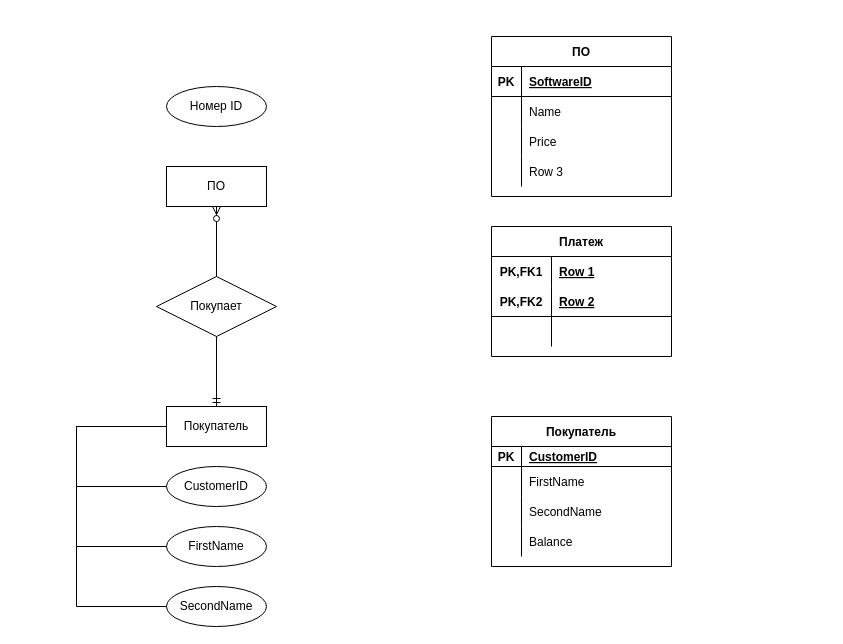
NikitaGusevZ/FirstRepository keeps this draw.io diagram as ER_Diagr.drawio. Above is the earlier version. Source tidied: cells renumbered, new cells numbered last; positions are measured from the earlier drawing's top-left corner, leaving out a move shared by most shapes. Both pictures are drawn from the tidied source at 100%, with x=0, y=0 at pixel (76, 36).
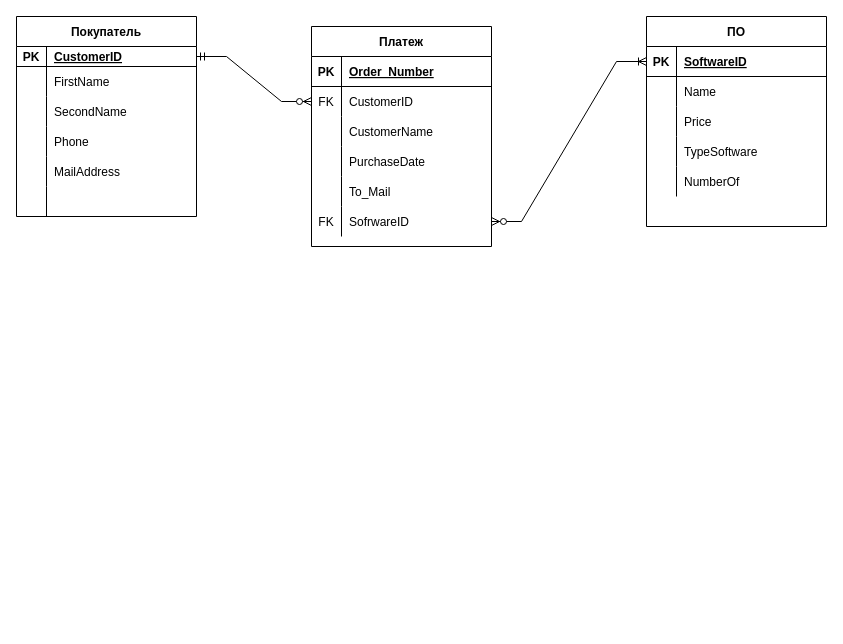
The same diagram, later.

Unchanged cells that the change refers to:
```xml
<mxCell id="8" style="shape=partialRectangle;fillColor=none;top=0;left=0;bottom=1;right=0;points=[[0,0.5],[1,0.5]];portConstraint=eastwest;strokeColor=default;" parent="7" vertex="1">
  <mxGeometry y="30" width="180" height="20" as="geometry" />
</mxCell>
<mxCell id="27" style="shape=partialRectangle;fillColor=none;top=0;left=0;bottom=1;right=0;points=[[0,0.5],[1,0.5]];portConstraint=eastwest;strokeColor=default;" parent="26" vertex="1">
  <mxGeometry y="30" width="180" height="30" as="geometry" />
</mxCell>
<mxCell id="36" style="shape=partialRectangle;fillColor=none;top=0;left=0;bottom=0;right=0;strokeColor=default;" parent="26" vertex="1">
  <mxGeometry y="120" width="180" height="30" as="geometry" />
</mxCell>
<mxCell id="46" style="shape=partialRectangle;fillColor=none;top=0;left=0;bottom=0;right=0;strokeColor=default;" parent="39" vertex="1">
  <mxGeometry y="90" width="180" height="30" as="geometry" />
</mxCell>
```

Change to the diagram source:
```diff
@@
-    <mxCell id="2" style="rounded=0;jettySize=auto;html=1;exitX=0;exitY=0.5;exitDx=0;exitDy=0;edgeStyle=orthogonalEdgeStyle;endArrow=none;endFill=0;" parent="1" edge="1" source="3" target="4">
-      <mxGeometry relative="1" as="geometry">
-        <Array as="points">
-          <mxPoint y="390" />
-          <mxPoint y="450" />
-        </Array>
-      </mxGeometry>
-    </mxCell>
-    <mxCell id="3" value="Покупатель" style="whiteSpace=wrap;html=1;align=center;" parent="1" vertex="1">
-      <mxGeometry x="90" y="370" width="100" height="40" as="geometry" />
-    </mxCell>
-    <mxCell id="4" value="CustomerID" style="ellipse;whiteSpace=wrap;html=1;align=center;" parent="1" vertex="1">
-      <mxGeometry x="90" y="430" width="100" height="40" as="geometry" />
-    </mxCell>
-    <mxCell id="5" value="FirstName" style="ellipse;whiteSpace=wrap;html=1;align=center;" parent="1" vertex="1">
-      <mxGeometry x="90" y="490" width="100" height="40" as="geometry" />
-    </mxCell>
-    <mxCell id="6" value="SecondName" style="ellipse;whiteSpace=wrap;html=1;align=center;" parent="1" vertex="1">
-      <mxGeometry x="90" y="550" width="100" height="40" as="geometry" />
-    </mxCell>
     <mxCell id="7" value="Покупатель" style="shape=table;startSize=30;childLayout=tableLayout;rowLines=0;fontStyle=1;align=center;strokeColor=default;" parent="1" vertex="1">
-      <mxGeometry x="415" y="380" width="180" height="150" as="geometry" />
+      <mxGeometry x="-60" y="-20" width="180" height="200" as="geometry" />
     </mxCell>
@@
+    <mxCell id="49" style="shape=partialRectangle;fillColor=none;top=0;left=0;bottom=0;right=0;strokeColor=default;" parent="7" vertex="1">
+      <mxGeometry y="110" width="180" height="30" as="geometry" />
+    </mxCell>
+    <mxCell id="50" style="shape=partialRectangle;fillColor=none;top=0;left=0;bottom=0;right=0;overflow=hidden;strokeColor=default;" parent="49" vertex="1">
+      <mxGeometry width="30" height="30" as="geometry" />
+    </mxCell>
+    <mxCell id="51" value="Phone" style="shape=partialRectangle;fillColor=none;top=0;left=0;bottom=0;right=0;align=left;spacingLeft=6;overflow=hidden;strokeColor=default;" parent="49" vertex="1">
+      <mxGeometry x="30" width="150" height="30" as="geometry" />
+    </mxCell>
+    <mxCell id="52" style="shape=partialRectangle;fillColor=none;top=0;left=0;bottom=0;right=0;strokeColor=default;" parent="7" vertex="1">
+      <mxGeometry y="140" width="180" height="30" as="geometry" />
+    </mxCell>
+    <mxCell id="53" style="shape=partialRectangle;fillColor=none;top=0;left=0;bottom=0;right=0;overflow=hidden;strokeColor=default;" parent="52" vertex="1">
+      <mxGeometry width="30" height="30" as="geometry" />
+    </mxCell>
+    <mxCell id="54" value="MailAddress" style="shape=partialRectangle;fillColor=none;top=0;left=0;bottom=0;right=0;align=left;spacingLeft=6;overflow=hidden;strokeColor=default;" parent="52" vertex="1">
+      <mxGeometry x="30" width="150" height="30" as="geometry" />
+    </mxCell>
     <mxCell id="17" style="shape=partialRectangle;fillColor=none;top=0;left=0;bottom=0;right=0;strokeColor=default;" parent="7" vertex="1">
-      <mxGeometry y="110" width="180" height="30" as="geometry" />
+      <mxGeometry y="170" width="180" height="30" as="geometry" />
     </mxCell>
@@
-    <mxCell id="19" value="Balance" style="shape=partialRectangle;fillColor=none;top=0;left=0;bottom=0;right=0;align=left;spacingLeft=6;overflow=hidden;strokeColor=default;" parent="17" vertex="1">
+    <mxCell id="19" style="shape=partialRectangle;fillColor=none;top=0;left=0;bottom=0;right=0;align=left;spacingLeft=6;overflow=hidden;strokeColor=default;" parent="17" vertex="1">
       <mxGeometry x="30" width="150" height="30" as="geometry" />
     </mxCell>
-    <mxCell id="20" value="ПО" style="whiteSpace=wrap;html=1;align=center;strokeColor=default;" parent="1" vertex="1">
-      <mxGeometry x="90" y="130" width="100" height="40" as="geometry" />
-    </mxCell>
-    <mxCell id="21" style="fontSize=12;html=1;endArrow=ERzeroToMany;startArrow=ERmandOne;rounded=0;" parent="1" edge="1" source="3" target="20">
-      <mxGeometry relative="1" as="geometry" />
-    </mxCell>
-    <mxCell id="22" value="Покупает" style="shape=rhombus;perimeter=rhombusPerimeter;whiteSpace=wrap;html=1;align=center;strokeColor=default;" parent="1" vertex="1">
-      <mxGeometry x="80" y="240" width="120" height="60" as="geometry" />
-    </mxCell>
-    <mxCell id="23" style="rounded=0;jettySize=auto;html=1;edgeStyle=orthogonalEdgeStyle;endArrow=none;endFill=0;" parent="1" edge="1" source="3" target="5">
-      <mxGeometry relative="1" as="geometry">
-        <Array as="points">
-          <mxPoint y="390" />
-          <mxPoint y="510" />
-        </Array>
-      </mxGeometry>
-    </mxCell>
-    <mxCell id="24" style="rounded=0;jettySize=auto;html=1;edgeStyle=orthogonalEdgeStyle;endArrow=none;endFill=0;" parent="1" edge="1" source="3" target="6">
-      <mxGeometry relative="1" as="geometry">
-        <Array as="points">
-          <mxPoint y="390" />
-          <mxPoint y="570" />
-        </Array>
-      </mxGeometry>
-    </mxCell>
-    <mxCell id="25" value="Номер ID" style="ellipse;whiteSpace=wrap;html=1;align=center;" parent="1" vertex="1">
-      <mxGeometry x="90" y="50" width="100" height="40" as="geometry" />
-    </mxCell>
     <mxCell id="26" value="ПО" style="shape=table;startSize=30;childLayout=tableLayout;rowLines=0;fontStyle=1;align=center;strokeColor=default;" parent="1" vertex="1">
-      <mxGeometry x="415" width="180" height="160" as="geometry" />
+      <mxGeometry x="570" y="-20" width="180" height="210" as="geometry" />
     </mxCell>
@@
-    <mxCell id="38" value="Row 3" style="shape=partialRectangle;fillColor=none;top=0;left=0;bottom=0;right=0;align=left;spacingLeft=6;overflow=hidden;strokeColor=default;" parent="36" vertex="1">
+    <mxCell id="38" value="TypeSoftware" style="shape=partialRectangle;fillColor=none;top=0;left=0;bottom=0;right=0;align=left;spacingLeft=6;overflow=hidden;strokeColor=default;" parent="36" vertex="1">
       <mxGeometry x="30" width="150" height="30" as="geometry" />
     </mxCell>
+    <mxCell id="55" style="shape=partialRectangle;fillColor=none;top=0;left=0;bottom=0;right=0;strokeColor=default;" parent="26" vertex="1">
+      <mxGeometry y="150" width="180" height="30" as="geometry" />
+    </mxCell>
+    <mxCell id="56" style="shape=partialRectangle;fillColor=none;top=0;left=0;bottom=0;right=0;overflow=hidden;strokeColor=default;" parent="55" vertex="1">
+      <mxGeometry width="30" height="30" as="geometry" />
+    </mxCell>
+    <mxCell id="57" value="NumberOf" style="shape=partialRectangle;fillColor=none;top=0;left=0;bottom=0;right=0;align=left;spacingLeft=6;overflow=hidden;strokeColor=default;" parent="55" vertex="1">
+      <mxGeometry x="30" width="150" height="30" as="geometry" />
+    </mxCell>
     <mxCell id="39" value="Платеж" style="shape=table;startSize=30;childLayout=tableLayout;rowLines=0;fontStyle=1;align=center;strokeColor=default;" parent="1" vertex="1">
-      <mxGeometry x="415" y="190" width="180" height="130" as="geometry" />
+      <mxGeometry x="235" y="-10" width="180" height="220" as="geometry" />
     </mxCell>
-    <mxCell id="40" style="shape=partialRectangle;fillColor=none;top=0;left=0;bottom=0;right=0;strokeColor=default;" parent="39" vertex="1">
-      <mxGeometry y="30" width="180" height="30" as="geometry" />
-    </mxCell>
-    <mxCell id="41" value="PK,FK1" style="shape=partialRectangle;fillColor=none;top=0;left=0;bottom=0;right=0;fontStyle=1;overflow=hidden;strokeColor=default;" parent="40" vertex="1">
-      <mxGeometry width="60" height="30" as="geometry" />
-    </mxCell>
-    <mxCell id="42" value="Row 1" style="shape=partialRectangle;fillColor=none;top=0;left=0;bottom=0;right=0;align=left;spacingLeft=6;fontStyle=5;overflow=hidden;strokeColor=default;" parent="40" vertex="1">
-      <mxGeometry x="60" width="120" height="30" as="geometry" />
-    </mxCell>
-    <mxCell id="43" style="shape=partialRectangle;fillColor=none;top=0;left=0;bottom=1;right=0;strokeColor=default;" parent="39" vertex="1">
-      <mxGeometry y="60" width="180" height="30" as="geometry" />
-    </mxCell>
-    <mxCell id="44" value="PK,FK2" style="shape=partialRectangle;fillColor=none;top=0;left=0;bottom=0;right=0;fontStyle=1;overflow=hidden;strokeColor=default;" parent="43" vertex="1">
-      <mxGeometry width="60" height="30" as="geometry" />
-    </mxCell>
-    <mxCell id="45" value="Row 2" style="shape=partialRectangle;fillColor=none;top=0;left=0;bottom=0;right=0;align=left;spacingLeft=6;fontStyle=5;overflow=hidden;strokeColor=default;" parent="43" vertex="1">
-      <mxGeometry x="60" width="120" height="30" as="geometry" />
-    </mxCell>
+    <mxCell id="58" style="shape=partialRectangle;fillColor=none;top=0;left=0;bottom=1;right=0;strokeColor=default;" parent="39" vertex="1">
+      <mxGeometry y="30" width="180" height="30" as="geometry" />
+    </mxCell>
+    <mxCell id="59" value="PK" style="shape=partialRectangle;fillColor=none;top=0;left=0;bottom=0;right=0;fontStyle=1;overflow=hidden;strokeColor=default;" parent="58" vertex="1">
+      <mxGeometry width="30" height="30" as="geometry" />
+    </mxCell>
+    <mxCell id="60" value="Order_Number" style="shape=partialRectangle;fillColor=none;top=0;left=0;bottom=0;right=0;align=left;spacingLeft=6;fontStyle=5;overflow=hidden;strokeColor=default;" parent="58" vertex="1">
+      <mxGeometry x="30" width="150" height="30" as="geometry" />
+    </mxCell>
+    <mxCell id="61" style="shape=partialRectangle;fillColor=none;top=0;left=0;bottom=0;right=0;points=[[0,0.5],[1,0.5]];portConstraint=eastwest;strokeColor=default;" parent="39" vertex="1">
+      <mxGeometry y="60" width="180" height="30" as="geometry" />
+    </mxCell>
+    <mxCell id="62" value="FK" style="shape=partialRectangle;fillColor=none;top=0;left=0;bottom=0;right=0;overflow=hidden;strokeColor=default;" parent="61" vertex="1">
+      <mxGeometry width="30" height="30" as="geometry" />
+    </mxCell>
+    <mxCell id="4" value="CustomerID" style="shape=partialRectangle;fillColor=none;top=0;left=0;bottom=0;right=0;align=left;spacingLeft=6;overflow=hidden;strokeColor=default;" parent="61" vertex="1">
+      <mxGeometry x="30" width="150" height="30" as="geometry" />
+    </mxCell>
@@
-    <mxCell id="47" style="shape=partialRectangle;fillColor=none;top=0;left=0;bottom=0;right=0;overflow=hidden;strokeColor=default;" parent="46" vertex="1">
-      <mxGeometry width="60" height="30" as="geometry" />
-    </mxCell>
-    <mxCell id="48" style="shape=partialRectangle;fillColor=none;top=0;left=0;bottom=0;right=0;align=left;spacingLeft=6;overflow=hidden;strokeColor=default;" parent="46" vertex="1">
-      <mxGeometry x="60" width="120" height="30" as="geometry" />
-    </mxCell>
+    <mxCell id="63" style="shape=partialRectangle;fillColor=none;top=0;left=0;bottom=0;right=0;overflow=hidden;strokeColor=default;" parent="46" vertex="1">
+      <mxGeometry width="30" height="30" as="geometry" />
+    </mxCell>
+    <mxCell id="64" value="CustomerName" style="shape=partialRectangle;fillColor=none;top=0;left=0;bottom=0;right=0;align=left;spacingLeft=6;overflow=hidden;strokeColor=default;" parent="46" vertex="1">
+      <mxGeometry x="30" width="150" height="30" as="geometry" />
+    </mxCell>
+    <mxCell id="65" style="shape=partialRectangle;fillColor=none;top=0;left=0;bottom=0;right=0;strokeColor=default;" parent="39" vertex="1">
+      <mxGeometry y="120" width="180" height="30" as="geometry" />
+    </mxCell>
+    <mxCell id="66" style="shape=partialRectangle;fillColor=none;top=0;left=0;bottom=0;right=0;overflow=hidden;strokeColor=default;" parent="65" vertex="1">
+      <mxGeometry width="30" height="30" as="geometry" />
+    </mxCell>
+    <mxCell id="67" value="PurchaseDate" style="shape=partialRectangle;fillColor=none;top=0;left=0;bottom=0;right=0;align=left;spacingLeft=6;overflow=hidden;strokeColor=default;" parent="65" vertex="1">
+      <mxGeometry x="30" width="150" height="30" as="geometry" />
+    </mxCell>
+    <mxCell id="68" style="shape=partialRectangle;fillColor=none;top=0;left=0;bottom=0;right=0;strokeColor=default;" parent="39" vertex="1">
+      <mxGeometry y="150" width="180" height="30" as="geometry" />
+    </mxCell>
+    <mxCell id="69" style="shape=partialRectangle;fillColor=none;top=0;left=0;bottom=0;right=0;overflow=hidden;strokeColor=default;" parent="68" vertex="1">
+      <mxGeometry width="30" height="30" as="geometry" />
+    </mxCell>
+    <mxCell id="70" value="To_Mail" style="shape=partialRectangle;fillColor=none;top=0;left=0;bottom=0;right=0;align=left;spacingLeft=6;overflow=hidden;strokeColor=default;" parent="68" vertex="1">
+      <mxGeometry x="30" width="150" height="30" as="geometry" />
+    </mxCell>
+    <mxCell id="71" style="shape=partialRectangle;fillColor=none;top=0;left=0;bottom=0;right=0;points=[[0,0.5],[1,0.5]];portConstraint=eastwest;strokeColor=default;" parent="39" vertex="1">
+      <mxGeometry y="180" width="180" height="30" as="geometry" />
+    </mxCell>
+    <mxCell id="72" value="FK" style="shape=partialRectangle;fillColor=none;top=0;left=0;bottom=0;right=0;overflow=hidden;strokeColor=default;" parent="71" vertex="1">
+      <mxGeometry width="30" height="30" as="geometry" />
+    </mxCell>
+    <mxCell id="73" value="SofrwareID" style="shape=partialRectangle;fillColor=none;top=0;left=0;bottom=0;right=0;align=left;spacingLeft=6;overflow=hidden;strokeColor=default;" parent="71" vertex="1">
+      <mxGeometry x="30" width="150" height="30" as="geometry" />
+    </mxCell>
+    <mxCell id="74" style="edgeStyle=entityRelationEdgeStyle;fontSize=12;html=1;endArrow=ERzeroToMany;startArrow=ERmandOne;rounded=0;" parent="1" edge="1" source="8" target="61">
+      <mxGeometry relative="1" as="geometry" />
+    </mxCell>
+    <mxCell id="75" style="edgeStyle=entityRelationEdgeStyle;fontSize=12;html=1;endArrow=ERoneToMany;startArrow=ERzeroToMany;rounded=0;" parent="1" edge="1" source="71" target="27">
+      <mxGeometry relative="1" as="geometry" />
+    </mxCell>
```
